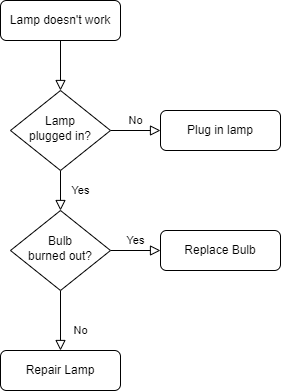
The draw.io diagram Untitled Diagram.drawio.png in bickck/ChessDesignOopStudy, before a commit. Source tidied: cells renumbered, new cells last; positions are measured from the earlier drawing's top-left corner, leaving out a move shared by most shapes. Its diagram source:
```xml
<mxGraphModel>
  <root>
    <mxCell id="0" />
    <mxCell id="1" parent="0" />
    <mxCell id="2" style="rounded=0;html=1;jettySize=auto;fontSize=11;endArrow=block;endFill=0;endSize=8;strokeWidth=1;shadow=0;labelBackgroundColor=none;edgeStyle=orthogonalEdgeStyle;" parent="1" edge="1" source="3" target="6">
      <mxGeometry relative="1" as="geometry" />
    </mxCell>
    <mxCell id="3" value="Lamp doesn't work" style="rounded=1;whiteSpace=wrap;html=1;fontSize=12;glass=0;strokeWidth=1;shadow=0;" parent="1" vertex="1">
      <mxGeometry width="120" height="40" as="geometry" />
    </mxCell>
    <mxCell id="4" value="Yes" style="rounded=0;html=1;jettySize=auto;fontSize=11;endArrow=block;endFill=0;endSize=8;strokeWidth=1;shadow=0;labelBackgroundColor=none;edgeStyle=orthogonalEdgeStyle;" parent="1" edge="1" source="6" target="10">
      <mxGeometry y="20" relative="1" as="geometry" />
    </mxCell>
    <mxCell id="5" value="No" style="edgeStyle=orthogonalEdgeStyle;rounded=0;html=1;jettySize=auto;fontSize=11;endArrow=block;endFill=0;endSize=8;strokeWidth=1;shadow=0;labelBackgroundColor=none;" parent="1" edge="1" source="6" target="7">
      <mxGeometry y="10" relative="1" as="geometry" />
    </mxCell>
    <mxCell id="6" value="Lamp&lt;br&gt;plugged in?" style="rhombus;whiteSpace=wrap;html=1;shadow=0;fontFamily=Helvetica;fontSize=12;align=center;strokeWidth=1;spacing=6;spacingTop=-4;" parent="1" vertex="1">
      <mxGeometry x="10" y="90" width="100" height="80" as="geometry" />
    </mxCell>
    <mxCell id="7" value="Plug in lamp" style="rounded=1;whiteSpace=wrap;html=1;fontSize=12;glass=0;strokeWidth=1;shadow=0;" parent="1" vertex="1">
      <mxGeometry x="160" y="110" width="120" height="40" as="geometry" />
    </mxCell>
    <mxCell id="8" value="No" style="rounded=0;html=1;jettySize=auto;fontSize=11;endArrow=block;endFill=0;endSize=8;strokeWidth=1;shadow=0;labelBackgroundColor=none;edgeStyle=orthogonalEdgeStyle;" parent="1" edge="1" source="10" target="11">
      <mxGeometry x="0.33" y="20" relative="1" as="geometry" />
    </mxCell>
    <mxCell id="9" value="Yes" style="edgeStyle=orthogonalEdgeStyle;rounded=0;html=1;jettySize=auto;fontSize=11;endArrow=block;endFill=0;endSize=8;strokeWidth=1;shadow=0;labelBackgroundColor=none;" parent="1" edge="1" source="10" target="12">
      <mxGeometry y="10" relative="1" as="geometry" />
    </mxCell>
    <mxCell id="10" value="Bulb&lt;br&gt;burned out?" style="rhombus;whiteSpace=wrap;html=1;shadow=0;fontFamily=Helvetica;fontSize=12;align=center;strokeWidth=1;spacing=6;spacingTop=-4;" parent="1" vertex="1">
      <mxGeometry x="10" y="210" width="100" height="80" as="geometry" />
    </mxCell>
    <mxCell id="11" value="Repair Lamp" style="rounded=1;whiteSpace=wrap;html=1;fontSize=12;glass=0;strokeWidth=1;shadow=0;" parent="1" vertex="1">
      <mxGeometry y="350" width="120" height="40" as="geometry" />
    </mxCell>
    <mxCell id="12" value="Replace Bulb" style="rounded=1;whiteSpace=wrap;html=1;fontSize=12;glass=0;strokeWidth=1;shadow=0;" parent="1" vertex="1">
      <mxGeometry x="160" y="230" width="120" height="40" as="geometry" />
    </mxCell>
  </root>
</mxGraphModel>
```
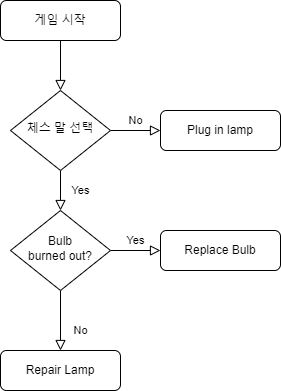
The same file after the commit.

What changed in the source:
```diff
@@ -5,7 +5,7 @@
     <mxCell id="2" style="rounded=0;html=1;jettySize=auto;fontSize=11;endArrow=block;endFill=0;endSize=8;strokeWidth=1;shadow=0;labelBackgroundColor=none;edgeStyle=orthogonalEdgeStyle;" parent="1" edge="1" source="3" target="6">
       <mxGeometry relative="1" as="geometry" />
     </mxCell>
-    <mxCell id="3" value="Lamp doesn't work" style="rounded=1;whiteSpace=wrap;html=1;fontSize=12;glass=0;strokeWidth=1;shadow=0;" parent="1" vertex="1">
+    <mxCell id="3" value="게임 시작" style="rounded=1;whiteSpace=wrap;html=1;fontSize=12;glass=0;strokeWidth=1;shadow=0;" parent="1" vertex="1">
       <mxGeometry width="120" height="40" as="geometry" />
     </mxCell>
     <mxCell id="4" value="Yes" style="rounded=0;html=1;jettySize=auto;fontSize=11;endArrow=block;endFill=0;endSize=8;strokeWidth=1;shadow=0;labelBackgroundColor=none;edgeStyle=orthogonalEdgeStyle;" parent="1" edge="1" source="6" target="10">
@@ -14,7 +14,7 @@
     <mxCell id="5" value="No" style="edgeStyle=orthogonalEdgeStyle;rounded=0;html=1;jettySize=auto;fontSize=11;endArrow=block;endFill=0;endSize=8;strokeWidth=1;shadow=0;labelBackgroundColor=none;" parent="1" edge="1" source="6" target="7">
       <mxGeometry y="10" relative="1" as="geometry" />
     </mxCell>
-    <mxCell id="6" value="Lamp&lt;br&gt;plugged in?" style="rhombus;whiteSpace=wrap;html=1;shadow=0;fontFamily=Helvetica;fontSize=12;align=center;strokeWidth=1;spacing=6;spacingTop=-4;" parent="1" vertex="1">
+    <mxCell id="6" value="체스 말 선택" style="rhombus;whiteSpace=wrap;html=1;shadow=0;fontFamily=Helvetica;fontSize=12;align=center;strokeWidth=1;spacing=6;spacingTop=-4;" parent="1" vertex="1">
       <mxGeometry x="10" y="90" width="100" height="80" as="geometry" />
     </mxCell>
     <mxCell id="7" value="Plug in lamp" style="rounded=1;whiteSpace=wrap;html=1;fontSize=12;glass=0;strokeWidth=1;shadow=0;" parent="1" vertex="1">
```
